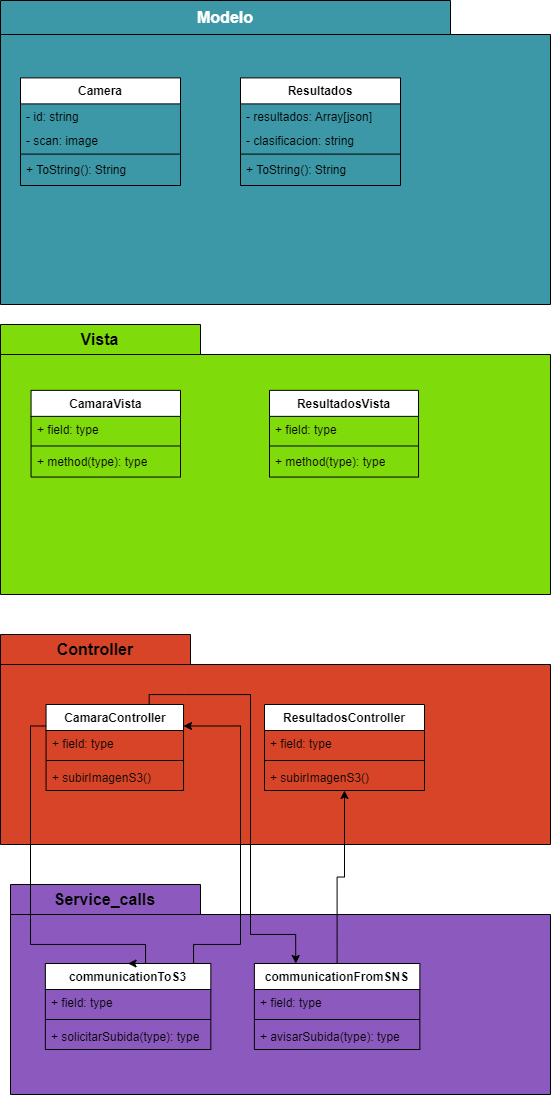
Earlier version of the draw.io export Diseno_del_Frontend/Diagrama de capas y clases/Diagrama de capas.drawio.png (Manollito/ProyectoDiseno). Source tidied: cells renumbered, new cells last; positions are measured from the earlier drawing's top-left corner, leaving out a move shared by most shapes.
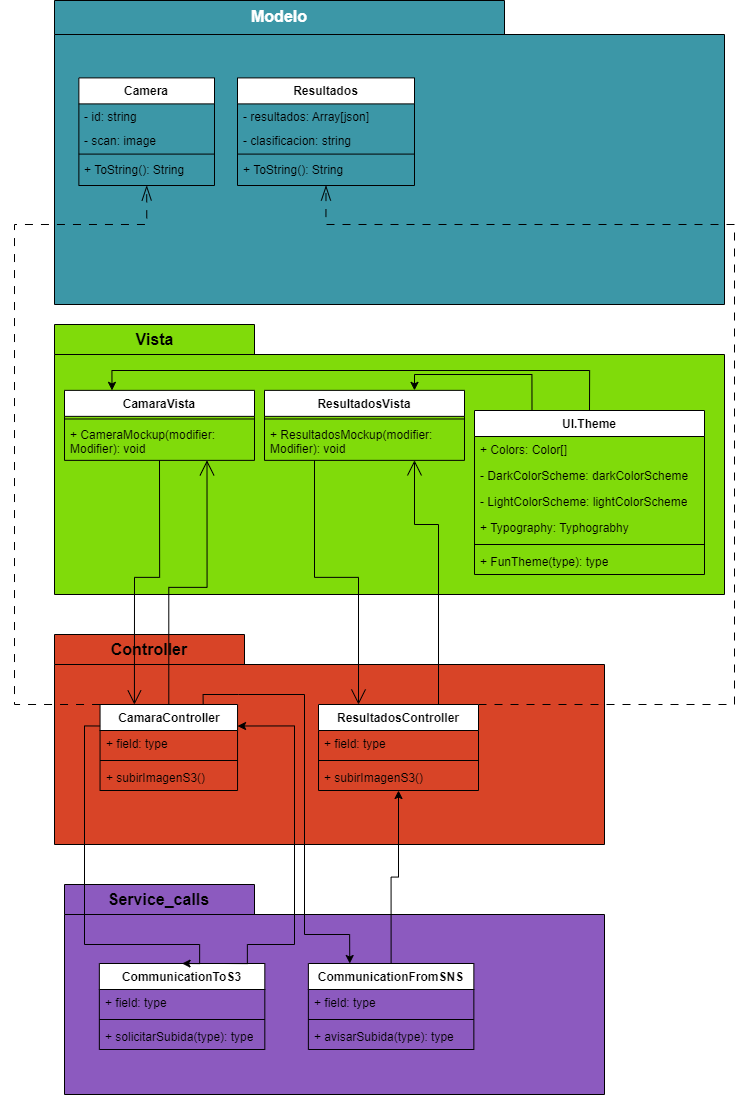
The same diagram one commit later.

The edit, as a diff of the source:
```diff
@@ -6,75 +6,101 @@
       <mxGeometry x="197.5" y="48" width="195" height="30" as="geometry" />
     </mxCell>
     <mxCell id="3" value="&lt;font style=&quot;font-size: 16px;&quot; color=&quot;#ffffff&quot;&gt;Modelo&lt;/font&gt;" style="shape=folder;fontStyle=1;tabWidth=450;tabHeight=34;tabPosition=left;html=1;boundedLbl=1;labelInHeader=1;whiteSpace=wrap;fillColor=#3C97A7;" parent="1" vertex="1">
-      <mxGeometry width="550" height="304" as="geometry" />
+      <mxGeometry width="670" height="304" as="geometry" />
     </mxCell>
     <mxCell id="4" style="html=1;strokeColor=none;fillColor=none;whiteSpace=wrap;" parent="3" vertex="1">
-      <mxGeometry width="550" height="212.8" relative="1" as="geometry">
+      <mxGeometry width="670" height="212.8" relative="1" as="geometry">
         <mxPoint y="30" as="offset" />
       </mxGeometry>
     </mxCell>
     <mxCell id="5" value="Resultados" style="swimlane;fontStyle=1;align=center;verticalAlign=top;horizontal=1;startSize=26;whiteSpace=wrap;html=1;" parent="3" vertex="1">
-      <mxGeometry x="240" y="77.4" width="160" height="107.6" as="geometry" />
+      <mxGeometry x="183" y="77.4" width="177" height="107.6" as="geometry" />
     </mxCell>
     <mxCell id="6" value="- resultados: Array[json]" style="text;strokeColor=none;fillColor=none;align=left;verticalAlign=top;spacingLeft=4;spacingRight=4;overflow=hidden;whiteSpace=wrap;html=1;" parent="5" vertex="1">
-      <mxGeometry y="26" width="160" height="24" as="geometry" />
+      <mxGeometry y="26" width="177" height="24" as="geometry" />
     </mxCell>
     <mxCell id="7" value="- clasificacion: string" style="text;strokeColor=none;fillColor=none;align=left;verticalAlign=top;spacingLeft=4;spacingRight=4;overflow=hidden;whiteSpace=wrap;html=1;" parent="5" vertex="1">
-      <mxGeometry y="50" width="160" height="24" as="geometry" />
+      <mxGeometry y="50" width="177" height="24" as="geometry" />
     </mxCell>
     <mxCell id="8" style="line;strokeWidth=1;fillColor=none;align=left;verticalAlign=middle;spacingTop=-1;spacingLeft=3;spacingRight=3;labelPosition=right;strokeColor=inherit;" parent="5" vertex="1">
-      <mxGeometry y="74" width="160" height="4.4" as="geometry" />
+      <mxGeometry y="74" width="177" height="4.4" as="geometry" />
     </mxCell>
     <mxCell id="9" value="+ ToString(): String&amp;nbsp;" style="text;strokeColor=none;fillColor=none;align=left;verticalAlign=top;spacingLeft=4;spacingRight=4;overflow=hidden;whiteSpace=wrap;html=1;" parent="5" vertex="1">
-      <mxGeometry y="78.4" width="160" height="29.2" as="geometry" />
+      <mxGeometry y="78.4" width="177" height="29.2" as="geometry" />
     </mxCell>
     <mxCell id="10" value="Camera" style="swimlane;fontStyle=1;align=center;verticalAlign=top;horizontal=1;startSize=26;whiteSpace=wrap;html=1;" parent="3" vertex="1">
-      <mxGeometry x="20" y="77.4" width="160" height="107.6" as="geometry" />
+      <mxGeometry x="24.4" y="77.4" width="135.6" height="107.6" as="geometry" />
     </mxCell>
     <mxCell id="11" value="- id: string" style="text;strokeColor=none;fillColor=none;align=left;verticalAlign=top;spacingLeft=4;spacingRight=4;overflow=hidden;whiteSpace=wrap;html=1;" parent="10" vertex="1">
-      <mxGeometry y="26" width="160" height="24" as="geometry" />
+      <mxGeometry y="26" width="135.6" height="24" as="geometry" />
     </mxCell>
     <mxCell id="12" value="- scan: image" style="text;strokeColor=none;fillColor=none;align=left;verticalAlign=top;spacingLeft=4;spacingRight=4;overflow=hidden;whiteSpace=wrap;html=1;" parent="10" vertex="1">
-      <mxGeometry y="50" width="160" height="24" as="geometry" />
+      <mxGeometry y="50" width="135.6" height="24" as="geometry" />
     </mxCell>
     <mxCell id="13" style="line;strokeWidth=1;fillColor=none;align=left;verticalAlign=middle;spacingTop=-1;spacingLeft=3;spacingRight=3;labelPosition=right;strokeColor=inherit;" parent="10" vertex="1">
-      <mxGeometry y="74" width="160" height="4.4" as="geometry" />
+      <mxGeometry y="74" width="135.6" height="4.4" as="geometry" />
     </mxCell>
     <mxCell id="14" value="+ ToString(): String&amp;nbsp;" style="text;strokeColor=none;fillColor=none;align=left;verticalAlign=top;spacingLeft=4;spacingRight=4;overflow=hidden;whiteSpace=wrap;html=1;" parent="10" vertex="1">
-      <mxGeometry y="78.4" width="160" height="29.2" as="geometry" />
+      <mxGeometry y="78.4" width="135.6" height="29.2" as="geometry" />
     </mxCell>
     <mxCell id="15" value="&lt;font style=&quot;font-size: 16px;&quot;&gt;Vista&lt;/font&gt;" style="shape=folder;fontStyle=1;tabWidth=200;tabHeight=30;tabPosition=left;html=1;boundedLbl=1;labelInHeader=1;whiteSpace=wrap;fillColor=#80db0a;" parent="1" vertex="1">
-      <mxGeometry y="324" width="550" height="270" as="geometry" />
+      <mxGeometry y="324" width="670" height="270" as="geometry" />
     </mxCell>
     <mxCell id="16" style="html=1;strokeColor=none;fillColor=none;whiteSpace=wrap;" parent="15" vertex="1">
-      <mxGeometry width="550" height="189" relative="1" as="geometry">
+      <mxGeometry width="670" height="189" relative="1" as="geometry">
         <mxPoint y="30" as="offset" />
       </mxGeometry>
     </mxCell>
     <mxCell id="17" value="CamaraVista" style="swimlane;fontStyle=1;align=center;verticalAlign=top;horizontal=1;startSize=26;whiteSpace=wrap;html=1;" parent="15" vertex="1">
-      <mxGeometry x="30.6" y="65.9" width="149.4" height="86.7" as="geometry" />
+      <mxGeometry x="10" y="65.9" width="190" height="70" as="geometry" />
     </mxCell>
-    <mxCell id="18" value="+ field: type" style="text;strokeColor=none;fillColor=none;align=left;verticalAlign=top;spacingLeft=4;spacingRight=4;overflow=hidden;whiteSpace=wrap;html=1;" parent="17" vertex="1">
-      <mxGeometry y="26" width="149.4" height="27" as="geometry" />
-    </mxCell>
     <mxCell id="19" style="line;strokeWidth=1;fillColor=none;align=left;verticalAlign=middle;spacingTop=-1;spacingLeft=3;spacingRight=3;labelPosition=right;strokeColor=inherit;" parent="17" vertex="1">
-      <mxGeometry y="53" width="149.4" height="5.3" as="geometry" />
+      <mxGeometry y="26" width="190" height="5.3" as="geometry" />
     </mxCell>
-    <mxCell id="20" value="+ method(type): type" style="text;strokeColor=none;fillColor=none;align=left;verticalAlign=top;spacingLeft=4;spacingRight=4;overflow=hidden;whiteSpace=wrap;html=1;" parent="17" vertex="1">
-      <mxGeometry y="58.3" width="149.4" height="28.4" as="geometry" />
+    <mxCell id="20" value="+ CameraMockup(modifier: Modifier): void" style="text;strokeColor=none;fillColor=none;align=left;verticalAlign=top;spacingLeft=4;spacingRight=4;overflow=hidden;whiteSpace=wrap;html=1;" parent="17" vertex="1">
+      <mxGeometry y="31.3" width="190" height="38.7" as="geometry" />
     </mxCell>
     <mxCell id="21" value="ResultadosVista" style="swimlane;fontStyle=1;align=center;verticalAlign=top;horizontal=1;startSize=26;whiteSpace=wrap;html=1;" parent="15" vertex="1">
-      <mxGeometry x="269" y="65.9" width="149" height="86.7" as="geometry" />
+      <mxGeometry x="210" y="65.9" width="200" height="70" as="geometry" />
     </mxCell>
-    <mxCell id="22" value="+ field: type" style="text;strokeColor=none;fillColor=none;align=left;verticalAlign=top;spacingLeft=4;spacingRight=4;overflow=hidden;whiteSpace=wrap;html=1;" parent="21" vertex="1">
-      <mxGeometry y="26" width="149" height="27" as="geometry" />
-    </mxCell>
     <mxCell id="23" style="line;strokeWidth=1;fillColor=none;align=left;verticalAlign=middle;spacingTop=-1;spacingLeft=3;spacingRight=3;labelPosition=right;strokeColor=inherit;" parent="21" vertex="1">
-      <mxGeometry y="53" width="149" height="5.3" as="geometry" />
+      <mxGeometry y="26" width="200" height="5.3" as="geometry" />
     </mxCell>
-    <mxCell id="24" value="+ method(type): type" style="text;strokeColor=none;fillColor=none;align=left;verticalAlign=top;spacingLeft=4;spacingRight=4;overflow=hidden;whiteSpace=wrap;html=1;" parent="21" vertex="1">
-      <mxGeometry y="58.3" width="149" height="28.4" as="geometry" />
+    <mxCell id="24" value="+ ResultadosMockup(modifier: Modifier): void" style="text;strokeColor=none;fillColor=none;align=left;verticalAlign=top;spacingLeft=4;spacingRight=4;overflow=hidden;whiteSpace=wrap;html=1;" parent="21" vertex="1">
+      <mxGeometry y="31.3" width="200" height="38.7" as="geometry" />
     </mxCell>
+    <mxCell id="49" style="edgeStyle=orthogonalEdgeStyle;rounded=0;jettySize=auto;html=1;exitX=0.5;exitY=0;exitDx=0;exitDy=0;entryX=0.25;entryY=0;entryDx=0;entryDy=0;" parent="15" edge="1" source="51" target="17">
+      <mxGeometry relative="1" as="geometry" />
+    </mxCell>
+    <mxCell id="50" style="edgeStyle=orthogonalEdgeStyle;rounded=0;jettySize=auto;html=1;exitX=0.25;exitY=0;exitDx=0;exitDy=0;entryX=0.75;entryY=0;entryDx=0;entryDy=0;" parent="15" edge="1" source="51" target="21">
+      <mxGeometry relative="1" as="geometry">
+        <Array as="points">
+          <mxPoint x="478" y="50" />
+          <mxPoint x="360" y="50" />
+        </Array>
+      </mxGeometry>
+    </mxCell>
+    <mxCell id="51" value="UI.Theme" style="swimlane;fontStyle=1;align=center;verticalAlign=top;horizontal=1;startSize=26;whiteSpace=wrap;html=1;" parent="15" vertex="1">
+      <mxGeometry x="420" y="86" width="230" height="164" as="geometry" />
+    </mxCell>
+    <mxCell id="52" value="+ Colors: Color[]" style="text;strokeColor=none;fillColor=none;align=left;verticalAlign=top;spacingLeft=4;spacingRight=4;overflow=hidden;whiteSpace=wrap;html=1;" parent="51" vertex="1">
+      <mxGeometry y="26" width="230" height="26" as="geometry" />
+    </mxCell>
+    <mxCell id="53" value="- DarkColorScheme: darkColorScheme" style="text;strokeColor=none;fillColor=none;align=left;verticalAlign=top;spacingLeft=4;spacingRight=4;overflow=hidden;whiteSpace=wrap;html=1;" parent="51" vertex="1">
+      <mxGeometry y="52" width="230" height="26" as="geometry" />
+    </mxCell>
+    <mxCell id="54" value="- LightColorScheme: lightColorScheme" style="text;strokeColor=none;fillColor=none;align=left;verticalAlign=top;spacingLeft=4;spacingRight=4;overflow=hidden;whiteSpace=wrap;html=1;" parent="51" vertex="1">
+      <mxGeometry y="78" width="230" height="26" as="geometry" />
+    </mxCell>
+    <mxCell id="55" value="+ Typography: Typhograbhy" style="text;strokeColor=none;fillColor=none;align=left;verticalAlign=top;spacingLeft=4;spacingRight=4;overflow=hidden;whiteSpace=wrap;html=1;" parent="51" vertex="1">
+      <mxGeometry y="104" width="230" height="26" as="geometry" />
+    </mxCell>
+    <mxCell id="56" style="line;strokeWidth=1;fillColor=none;align=left;verticalAlign=middle;spacingTop=-1;spacingLeft=3;spacingRight=3;labelPosition=right;strokeColor=inherit;" parent="51" vertex="1">
+      <mxGeometry y="130" width="230" height="8" as="geometry" />
+    </mxCell>
+    <mxCell id="57" value="+ FunTheme(type): type" style="text;strokeColor=none;fillColor=none;align=left;verticalAlign=top;spacingLeft=4;spacingRight=4;overflow=hidden;whiteSpace=wrap;html=1;" parent="51" vertex="1">
+      <mxGeometry y="138" width="230" height="26" as="geometry" />
+    </mxCell>
     <mxCell id="25" value="&lt;font style=&quot;font-size: 16px;&quot;&gt;Controller&lt;/font&gt;" style="shape=folder;fontStyle=1;tabWidth=190;tabHeight=30;tabPosition=left;html=1;boundedLbl=1;labelInHeader=1;whiteSpace=wrap;fillColor=#D84427;" parent="1" vertex="1">
       <mxGeometry y="634" width="550" height="210" as="geometry" />
     </mxCell>
@@ -103,7 +129,7 @@
         <mxPoint y="30" as="offset" />
       </mxGeometry>
     </mxCell>
-    <mxCell id="33" value="communicationToS3" style="swimlane;fontStyle=1;align=center;verticalAlign=top;horizontal=1;startSize=26;whiteSpace=wrap;html=1;" parent="31" vertex="1">
+    <mxCell id="33" value="CommunicationToS3" style="swimlane;fontStyle=1;align=center;verticalAlign=top;horizontal=1;startSize=26;whiteSpace=wrap;html=1;" parent="31" vertex="1">
       <mxGeometry x="34.8" y="79" width="165.5" height="86" as="geometry" />
     </mxCell>
     <mxCell id="34" value="+ field: type" style="text;strokeColor=none;fillColor=none;align=left;verticalAlign=top;spacingLeft=4;spacingRight=4;overflow=hidden;whiteSpace=wrap;html=1;" parent="33" vertex="1">
@@ -115,7 +141,7 @@
     <mxCell id="36" value="+ solicitarSubida(type): type" style="text;strokeColor=none;fillColor=none;align=left;verticalAlign=top;spacingLeft=4;spacingRight=4;overflow=hidden;whiteSpace=wrap;html=1;" parent="33" vertex="1">
       <mxGeometry y="60" width="165.5" height="26" as="geometry" />
     </mxCell>
-    <mxCell id="37" value="communicationFromSNS" style="swimlane;fontStyle=1;align=center;verticalAlign=top;horizontal=1;startSize=26;whiteSpace=wrap;html=1;" parent="31" vertex="1">
+    <mxCell id="37" value="CommunicationFromSNS" style="swimlane;fontStyle=1;align=center;verticalAlign=top;horizontal=1;startSize=26;whiteSpace=wrap;html=1;" parent="31" vertex="1">
       <mxGeometry x="243.9" y="79" width="165.5" height="86" as="geometry" />
     </mxCell>
     <mxCell id="38" value="+ field: type" style="text;strokeColor=none;fillColor=none;align=left;verticalAlign=top;spacingLeft=4;spacingRight=4;overflow=hidden;whiteSpace=wrap;html=1;" parent="37" vertex="1">
@@ -156,6 +182,23 @@
         </Array>
       </mxGeometry>
     </mxCell>
+    <mxCell id="58" style="edgeStyle=orthogonalEdgeStyle;rounded=0;jettySize=auto;html=1;exitX=1;exitY=0;exitDx=0;exitDy=0;entryX=0.5;entryY=1;entryDx=0;entryDy=0;dashed=1;dashPattern=8 8;endArrow=openThin;endFill=0;endSize=13;" parent="1" edge="1" source="44" target="5">
+      <mxGeometry relative="1" as="geometry">
+        <Array as="points">
+          <mxPoint x="680" y="704" />
+          <mxPoint x="680" y="224" />
+          <mxPoint x="272" y="224" />
+        </Array>
+      </mxGeometry>
+    </mxCell>
+    <mxCell id="59" style="edgeStyle=orthogonalEdgeStyle;rounded=0;jettySize=auto;html=1;exitX=0.75;exitY=0;exitDx=0;exitDy=0;entryX=0.75;entryY=1;entryDx=0;entryDy=0;endSize=13;endArrow=open;endFill=0;" parent="1" edge="1" source="44" target="21">
+      <mxGeometry relative="1" as="geometry">
+        <Array as="points">
+          <mxPoint x="384" y="524" />
+          <mxPoint x="360" y="524" />
+        </Array>
+      </mxGeometry>
+    </mxCell>
     <mxCell id="44" value="ResultadosController" style="swimlane;fontStyle=1;align=center;verticalAlign=top;horizontal=1;startSize=26;whiteSpace=wrap;html=1;" parent="1" vertex="1">
       <mxGeometry x="264" y="704" width="160" height="86" as="geometry" />
     </mxCell>
@@ -171,5 +214,23 @@
     <mxCell id="48" style="edgeStyle=orthogonalEdgeStyle;rounded=0;jettySize=auto;html=1;exitX=0.5;exitY=0;exitDx=0;exitDy=0;entryX=0.5;entryY=1;entryDx=0;entryDy=0;" parent="1" edge="1" source="37" target="44">
       <mxGeometry relative="1" as="geometry" />
     </mxCell>
+    <mxCell id="60" style="edgeStyle=orthogonalEdgeStyle;rounded=0;jettySize=auto;html=1;exitX=0;exitY=0;exitDx=0;exitDy=0;endArrow=openThin;endFill=0;endSize=13;dashed=1;dashPattern=8 8;entryX=0.5;entryY=1;entryDx=0;entryDy=0;" parent="1" edge="1" source="27" target="10">
+      <mxGeometry relative="1" as="geometry">
+        <Array as="points">
+          <mxPoint x="-40" y="704" />
+          <mxPoint x="-40" y="224" />
+          <mxPoint x="92" y="224" />
+        </Array>
+      </mxGeometry>
+    </mxCell>
+    <mxCell id="61" style="edgeStyle=orthogonalEdgeStyle;rounded=0;jettySize=auto;html=1;exitX=0.5;exitY=1;exitDx=0;exitDy=0;entryX=0.25;entryY=0;entryDx=0;entryDy=0;endArrow=open;endFill=0;endSize=12;" parent="1" edge="1" source="17" target="27">
+      <mxGeometry relative="1" as="geometry" />
+    </mxCell>
+    <mxCell id="62" style="edgeStyle=orthogonalEdgeStyle;rounded=0;jettySize=auto;html=1;exitX=0.25;exitY=1;exitDx=0;exitDy=0;entryX=0.25;entryY=0;entryDx=0;entryDy=0;strokeWidth=1;endSize=13;endArrow=open;endFill=0;" parent="1" edge="1" source="21" target="44">
+      <mxGeometry relative="1" as="geometry" />
+    </mxCell>
+    <mxCell id="63" style="edgeStyle=orthogonalEdgeStyle;rounded=0;jettySize=auto;html=1;exitX=0.5;exitY=0;exitDx=0;exitDy=0;entryX=0.75;entryY=1;entryDx=0;entryDy=0;endSize=13;endArrow=open;endFill=0;" parent="1" edge="1" source="27" target="17">
+      <mxGeometry relative="1" as="geometry" />
+    </mxCell>
   </root>
 </mxGraphModel>
```
